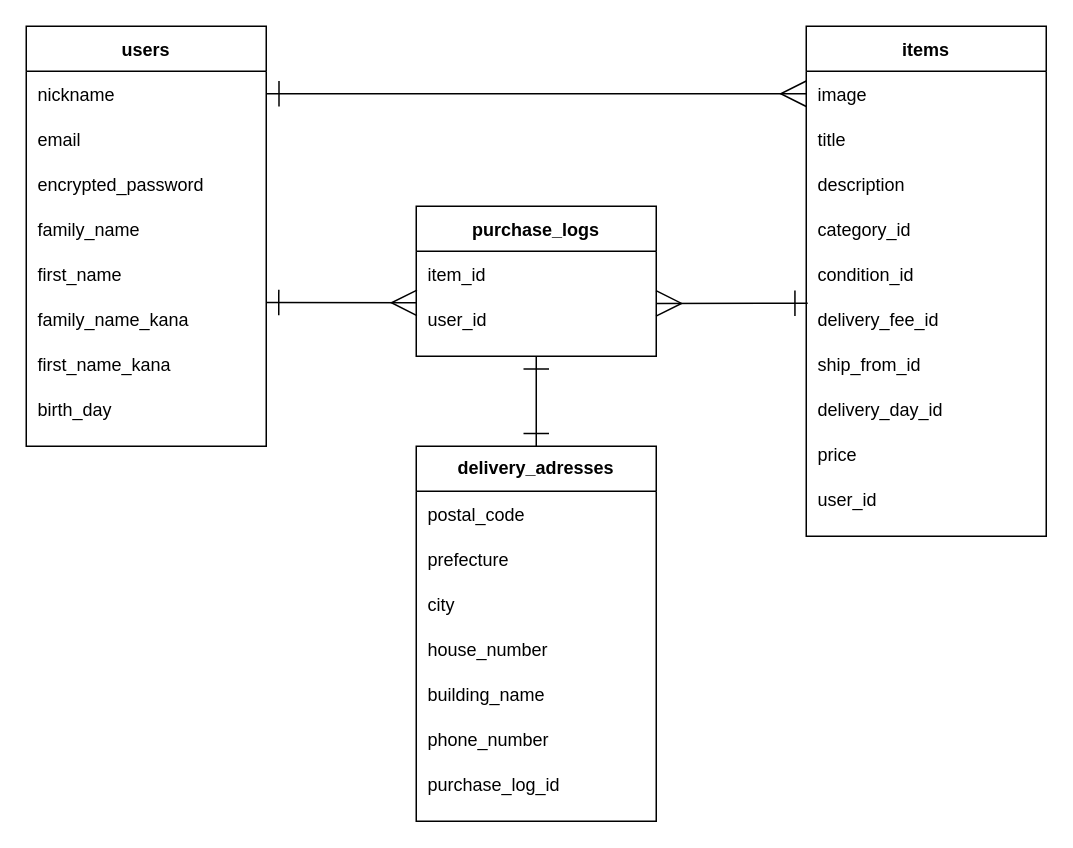
This is er.dio from Maikowazowski/furima-35921, a draw.io file, before an edit. Source tidied: cells renumbered, new cells numbered last; positions are measured from the earlier drawing's top-left corner, leaving out a move shared by most shapes. Both pictures are drawn from the tidied source at 150%, with x=0, y=0 at pixel (26, 26).
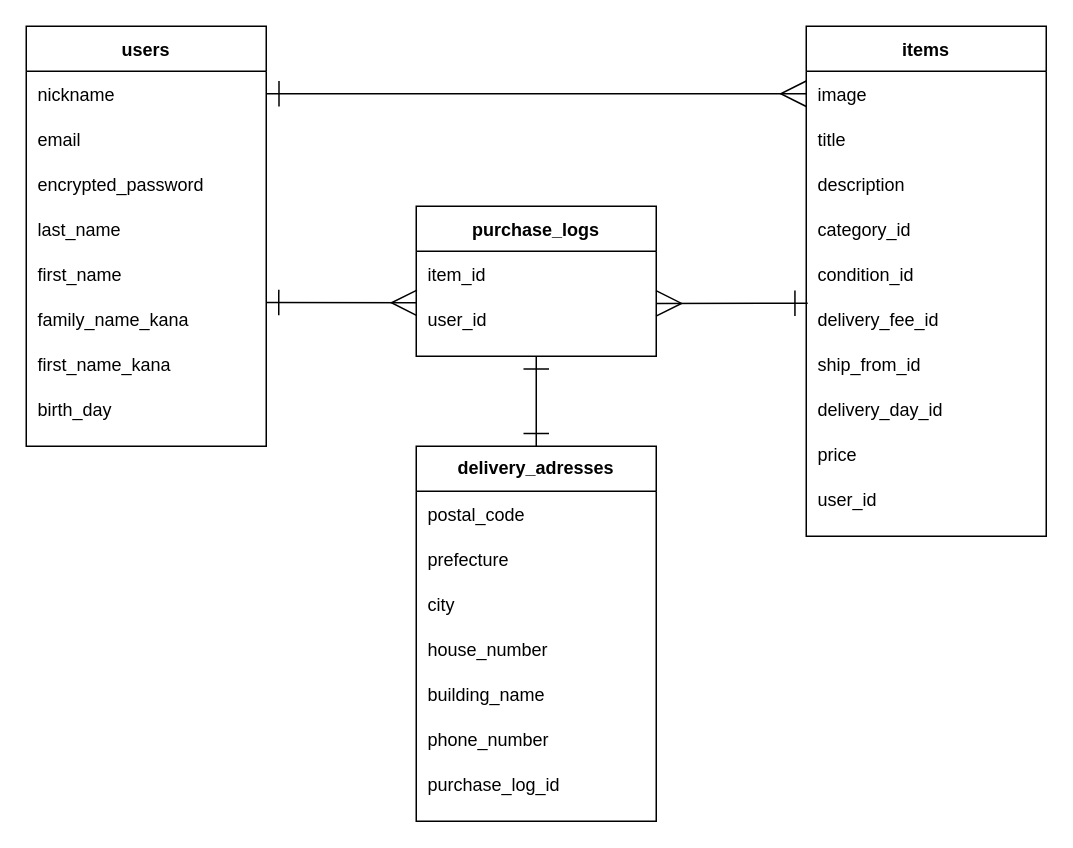
After the change.

Commit message (it also covers changes not shown here):
カラム名の変更family_nameからlast_name

The change refers to these unchanged cells:
```xml
<mxCell id="10" style="shape=partialRectangle;fillColor=none;top=0;left=0;bottom=0;right=0;" parent="3" vertex="1">
  <mxGeometry y="120" width="160" height="30" as="geometry" />
</mxCell>
```

What changed in the source:
```diff
@@
-    <mxCell id="11" value="family_name" style="shape=partialRectangle;fillColor=none;top=0;left=0;bottom=0;right=0;align=left;spacingLeft=6;overflow=hidden;" parent="10" vertex="1">
+    <mxCell id="11" value="last_name" style="shape=partialRectangle;fillColor=none;top=0;left=0;bottom=0;right=0;align=left;spacingLeft=6;overflow=hidden;" parent="10" vertex="1">
       <mxGeometry width="160" height="30" as="geometry" />
     </mxCell>
```
